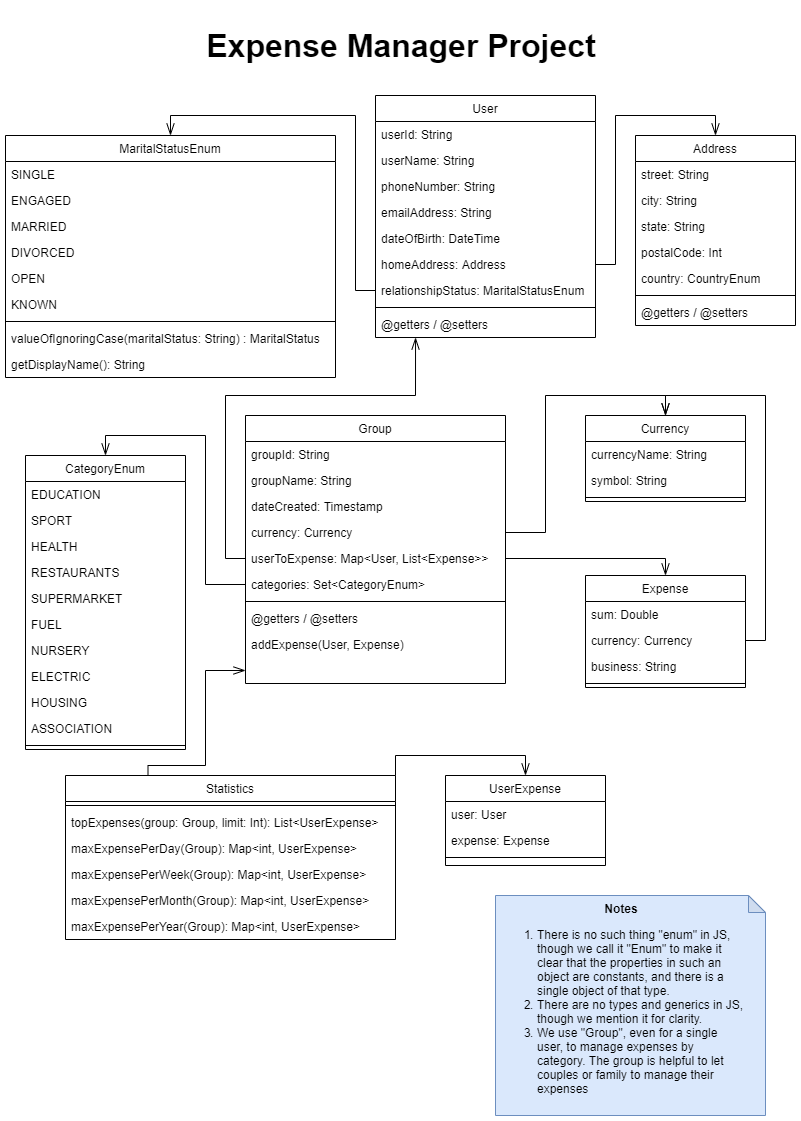
Earlier version of the draw.io export Project/ClassDiagram/ExpenseClassDiagram.png (haimadrian/AsyncServerDevelopment). Source tidied: cells renumbered, new cells last; positions are measured from the earlier drawing's top-left corner, leaving out a move shared by most shapes.
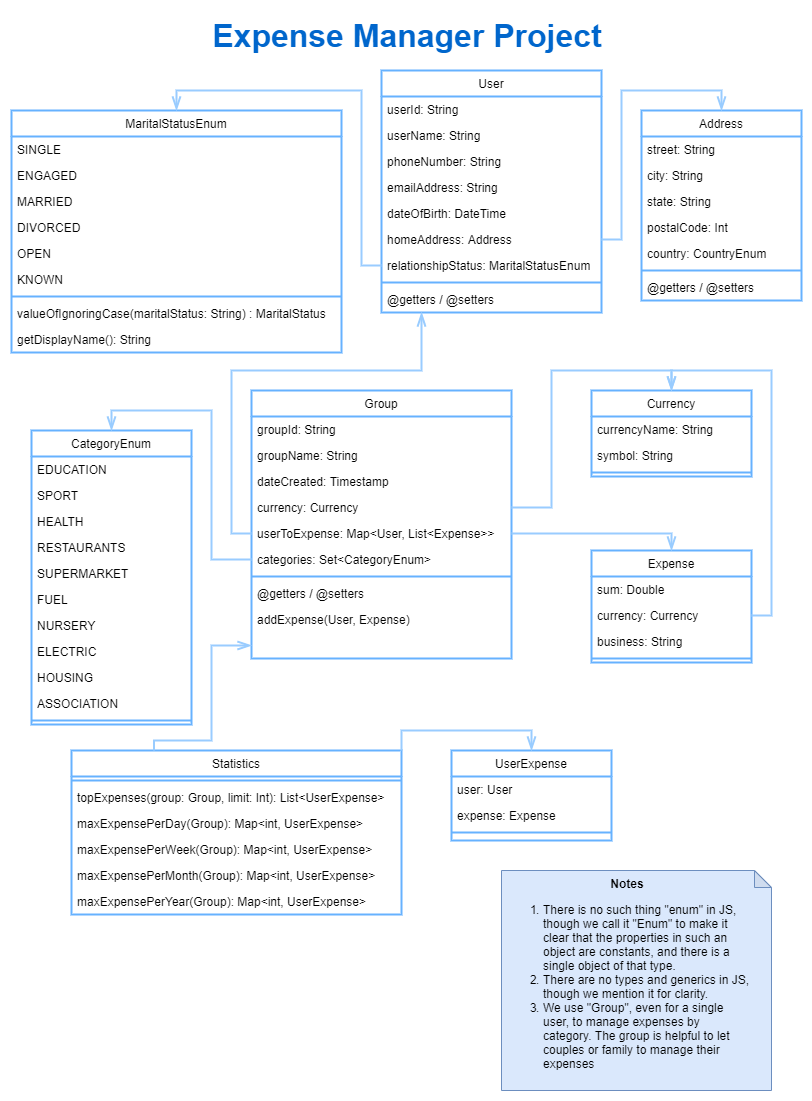
Above is the later version.

Commit message:
Update class diagram for project

Change to the diagram source:
```diff
@@ -2,7 +2,7 @@
   <root>
     <mxCell id="0" />
     <mxCell id="1" parent="0" />
-    <mxCell id="2" value="User" style="swimlane;fontStyle=0;align=center;verticalAlign=top;horizontal=1;startSize=26;rounded=0;shadow=0;strokeWidth=1;" parent="1" vertex="1">
+    <mxCell id="2" value="User" style="swimlane;fontStyle=0;align=center;verticalAlign=top;horizontal=1;startSize=26;rounded=0;shadow=0;strokeWidth=2;strokeColor=#66B2FF;" parent="1" vertex="1">
       <mxGeometry x="370" y="90" width="220" height="242" as="geometry" />
     </mxCell>
     <mxCell id="3" value="userId: String" style="text;align=left;verticalAlign=top;spacingLeft=4;spacingRight=4;overflow=hidden;" parent="2" vertex="1">
@@ -26,13 +26,13 @@
     <mxCell id="9" value="relationshipStatus: MaritalStatusEnum" style="text;align=left;verticalAlign=top;spacingLeft=4;spacingRight=4;overflow=hidden;points=[[0,0.5],[1,0.5]];portConstraint=eastwest;rounded=0;shadow=0;html=0;" parent="2" vertex="1">
       <mxGeometry y="182" width="220" height="26" as="geometry" />
     </mxCell>
-    <mxCell id="10" style="line;html=1;strokeWidth=1;align=left;verticalAlign=middle;spacingTop=-1;spacingLeft=3;spacingRight=3;labelPosition=right;" parent="2" vertex="1">
+    <mxCell id="10" style="line;html=1;strokeWidth=2;align=left;verticalAlign=middle;spacingTop=-1;spacingLeft=3;spacingRight=3;labelPosition=right;strokeColor=#66B2FF;" parent="2" vertex="1">
       <mxGeometry y="208" width="220" height="8" as="geometry" />
     </mxCell>
     <mxCell id="11" value="@getters / @setters" style="text;align=left;verticalAlign=top;spacingLeft=4;spacingRight=4;overflow=hidden;points=[[0,0.5],[1,0.5]];portConstraint=eastwest;" parent="2" vertex="1">
       <mxGeometry y="216" width="220" height="26" as="geometry" />
     </mxCell>
-    <mxCell id="12" value="MaritalStatusEnum" style="swimlane;fontStyle=0;align=center;verticalAlign=top;horizontal=1;startSize=26;rounded=0;shadow=0;strokeWidth=1;" parent="1" vertex="1">
+    <mxCell id="12" value="MaritalStatusEnum" style="swimlane;fontStyle=0;align=center;verticalAlign=top;horizontal=1;startSize=26;rounded=0;shadow=0;strokeWidth=2;strokeColor=#66B2FF;" parent="1" vertex="1">
       <mxGeometry y="130" width="330" height="242" as="geometry" />
     </mxCell>
     <mxCell id="13" value="SINGLE" style="text;align=left;verticalAlign=top;spacingLeft=4;spacingRight=4;overflow=hidden;" parent="12" vertex="1">
@@ -53,7 +53,7 @@
     <mxCell id="18" value="KNOWN" style="text;align=left;verticalAlign=top;spacingLeft=4;spacingRight=4;overflow=hidden;rounded=0;shadow=0;html=0;" parent="12" vertex="1">
       <mxGeometry y="156" width="330" height="26" as="geometry" />
     </mxCell>
-    <mxCell id="19" style="line;html=1;strokeWidth=1;align=left;verticalAlign=middle;spacingTop=-1;spacingLeft=3;spacingRight=3;labelPosition=right;" parent="12" vertex="1">
+    <mxCell id="19" style="line;html=1;strokeWidth=2;align=left;verticalAlign=middle;spacingTop=-1;spacingLeft=3;spacingRight=3;labelPosition=right;strokeColor=#66B2FF;" parent="12" vertex="1">
       <mxGeometry y="182" width="330" height="8" as="geometry" />
     </mxCell>
     <mxCell id="20" value="valueOfIgnoringCase(maritalStatus: String) : MaritalStatus" style="text;align=left;verticalAlign=top;spacingLeft=4;spacingRight=4;overflow=hidden;rounded=0;shadow=0;html=0;" parent="12" vertex="1">
@@ -62,7 +62,7 @@
     <mxCell id="21" value="getDisplayName(): String" style="text;align=left;verticalAlign=top;spacingLeft=4;spacingRight=4;overflow=hidden;rounded=0;shadow=0;html=0;" parent="12" vertex="1">
       <mxGeometry y="216" width="330" height="26" as="geometry" />
     </mxCell>
-    <mxCell id="22" value="Currency" style="swimlane;fontStyle=0;align=center;verticalAlign=top;horizontal=1;startSize=26;rounded=0;shadow=0;strokeWidth=1;" parent="1" vertex="1">
+    <mxCell id="22" value="Currency" style="swimlane;fontStyle=0;align=center;verticalAlign=top;horizontal=1;startSize=26;rounded=0;shadow=0;strokeWidth=2;strokeColor=#66B2FF;" parent="1" vertex="1">
       <mxGeometry x="580" y="410" width="160" height="86" as="geometry" />
     </mxCell>
     <mxCell id="23" value="currencyName: String" style="text;align=left;verticalAlign=top;spacingLeft=4;spacingRight=4;overflow=hidden;" parent="22" vertex="1">
@@ -71,10 +71,10 @@
     <mxCell id="24" value="symbol: String" style="text;align=left;verticalAlign=top;spacingLeft=4;spacingRight=4;overflow=hidden;" parent="22" vertex="1">
       <mxGeometry y="52" width="160" height="26" as="geometry" />
     </mxCell>
-    <mxCell id="25" style="line;html=1;strokeWidth=1;align=left;verticalAlign=middle;spacingTop=-1;spacingLeft=3;spacingRight=3;labelPosition=right;" parent="22" vertex="1">
+    <mxCell id="25" style="line;html=1;strokeWidth=2;align=left;verticalAlign=middle;spacingTop=-1;spacingLeft=3;spacingRight=3;labelPosition=right;strokeColor=#66B2FF;" parent="22" vertex="1">
       <mxGeometry y="78" width="160" height="8" as="geometry" />
     </mxCell>
-    <mxCell id="26" value="Address" style="swimlane;fontStyle=0;align=center;verticalAlign=top;horizontal=1;startSize=26;rounded=0;shadow=0;strokeWidth=1;" parent="1" vertex="1">
+    <mxCell id="26" value="Address" style="swimlane;fontStyle=0;align=center;verticalAlign=top;horizontal=1;startSize=26;rounded=0;shadow=0;strokeWidth=2;strokeColor=#66B2FF;" parent="1" vertex="1">
       <mxGeometry x="630" y="130" width="160" height="190" as="geometry" />
     </mxCell>
     <mxCell id="27" value="street: String" style="text;align=left;verticalAlign=top;spacingLeft=4;spacingRight=4;overflow=hidden;" parent="26" vertex="1">
@@ -92,19 +92,19 @@
     <mxCell id="31" value="country: CountryEnum" style="text;align=left;verticalAlign=top;spacingLeft=4;spacingRight=4;overflow=hidden;rounded=0;shadow=0;html=0;" parent="26" vertex="1">
       <mxGeometry y="130" width="160" height="26" as="geometry" />
     </mxCell>
-    <mxCell id="32" style="line;html=1;strokeWidth=1;align=left;verticalAlign=middle;spacingTop=-1;spacingLeft=3;spacingRight=3;labelPosition=right;" parent="26" vertex="1">
+    <mxCell id="32" style="line;html=1;strokeWidth=2;align=left;verticalAlign=middle;spacingTop=-1;spacingLeft=3;spacingRight=3;labelPosition=right;strokeColor=#66B2FF;" parent="26" vertex="1">
       <mxGeometry y="156" width="160" height="8" as="geometry" />
     </mxCell>
     <mxCell id="33" value="@getters / @setters" style="text;align=left;verticalAlign=top;spacingLeft=4;spacingRight=4;overflow=hidden;" parent="26" vertex="1">
       <mxGeometry y="164" width="160" height="26" as="geometry" />
     </mxCell>
-    <mxCell id="34" style="edgeStyle=orthogonalEdgeStyle;rounded=0;jettySize=auto;html=1;entryX=0.5;entryY=0;entryDx=0;entryDy=0;endArrow=openThin;endFill=0;endSize=10;" parent="1" edge="1" source="8" target="26">
+    <mxCell id="34" style="edgeStyle=orthogonalEdgeStyle;rounded=0;jettySize=auto;html=1;entryX=0.5;entryY=0;entryDx=0;entryDy=0;endArrow=openThin;endFill=0;endSize=10;strokeColor=#99CCFF;strokeWidth=2;" parent="1" edge="1" source="8" target="26">
       <mxGeometry relative="1" as="geometry" />
     </mxCell>
-    <mxCell id="35" style="edgeStyle=orthogonalEdgeStyle;rounded=0;jettySize=auto;html=1;entryX=0.5;entryY=0;entryDx=0;entryDy=0;exitX=0;exitY=0.5;exitDx=0;exitDy=0;endArrow=openThin;endFill=0;endSize=10;" parent="1" edge="1" source="9" target="12">
+    <mxCell id="35" style="edgeStyle=orthogonalEdgeStyle;rounded=0;jettySize=auto;html=1;entryX=0.5;entryY=0;entryDx=0;entryDy=0;exitX=0;exitY=0.5;exitDx=0;exitDy=0;endArrow=openThin;endFill=0;endSize=10;strokeColor=#99CCFF;strokeWidth=2;" parent="1" edge="1" source="9" target="12">
       <mxGeometry relative="1" as="geometry" />
     </mxCell>
-    <mxCell id="36" value="Group" style="swimlane;fontStyle=0;align=center;verticalAlign=top;horizontal=1;startSize=26;rounded=0;shadow=0;strokeWidth=1;" parent="1" vertex="1">
+    <mxCell id="36" value="Group" style="swimlane;fontStyle=0;align=center;verticalAlign=top;horizontal=1;startSize=26;rounded=0;shadow=0;strokeWidth=2;strokeColor=#66B2FF;" parent="1" vertex="1">
       <mxGeometry x="240" y="410" width="260" height="268" as="geometry" />
     </mxCell>
     <mxCell id="37" value="groupId: String" style="text;align=left;verticalAlign=top;spacingLeft=4;spacingRight=4;overflow=hidden;" parent="36" vertex="1">
@@ -125,7 +125,7 @@
     <mxCell id="42" value="categories: Set&lt;CategoryEnum&gt;" style="text;align=left;verticalAlign=top;spacingLeft=4;spacingRight=4;overflow=hidden;points=[[0,0.5],[1,0.5]];portConstraint=eastwest;rounded=0;shadow=0;html=0;" parent="36" vertex="1">
       <mxGeometry y="156" width="260" height="26" as="geometry" />
     </mxCell>
-    <mxCell id="43" style="line;html=1;strokeWidth=1;align=left;verticalAlign=middle;spacingTop=-1;spacingLeft=3;spacingRight=3;labelPosition=right;" parent="36" vertex="1">
+    <mxCell id="43" style="line;html=1;strokeWidth=2;align=left;verticalAlign=middle;spacingTop=-1;spacingLeft=3;spacingRight=3;labelPosition=right;strokeColor=#66B2FF;" parent="36" vertex="1">
       <mxGeometry y="182" width="260" height="8" as="geometry" />
     </mxCell>
     <mxCell id="44" value="@getters / @setters" style="text;align=left;verticalAlign=top;spacingLeft=4;spacingRight=4;overflow=hidden;" parent="36" vertex="1">
@@ -137,7 +137,7 @@
     <mxCell id="46" value="  " style="text;align=left;verticalAlign=top;spacingLeft=4;spacingRight=4;overflow=hidden;points=[[0,0.5],[1,0.5]];portConstraint=eastwest;" parent="36" vertex="1">
       <mxGeometry y="242" width="260" height="26" as="geometry" />
     </mxCell>
-    <mxCell id="47" value="CategoryEnum" style="swimlane;fontStyle=0;align=center;verticalAlign=top;horizontal=1;startSize=26;rounded=0;shadow=0;strokeWidth=1;" parent="1" vertex="1">
+    <mxCell id="47" value="CategoryEnum" style="swimlane;fontStyle=0;align=center;verticalAlign=top;horizontal=1;startSize=26;rounded=0;shadow=0;strokeWidth=2;strokeColor=#66B2FF;" parent="1" vertex="1">
       <mxGeometry x="20" y="450" width="160" height="294" as="geometry" />
     </mxCell>
     <mxCell id="48" value="EDUCATION" style="text;align=left;verticalAlign=top;spacingLeft=4;spacingRight=4;overflow=hidden;" parent="47" vertex="1">
@@ -170,13 +170,13 @@
     <mxCell id="57" value="ASSOCIATION" style="text;align=left;verticalAlign=top;spacingLeft=4;spacingRight=4;overflow=hidden;" parent="47" vertex="1">
       <mxGeometry y="260" width="160" height="26" as="geometry" />
     </mxCell>
-    <mxCell id="58" style="line;html=1;strokeWidth=1;align=left;verticalAlign=middle;spacingTop=-1;spacingLeft=3;spacingRight=3;labelPosition=right;" parent="47" vertex="1">
+    <mxCell id="58" style="line;html=1;strokeWidth=2;align=left;verticalAlign=middle;spacingTop=-1;spacingLeft=3;spacingRight=3;labelPosition=right;strokeColor=#66B2FF;" parent="47" vertex="1">
       <mxGeometry y="286" width="160" height="8" as="geometry" />
     </mxCell>
     <mxCell id="59" value="&lt;div style=&quot;text-align: center&quot;&gt;&lt;b&gt;Notes&lt;/b&gt;&lt;/div&gt;&lt;ol&gt;&lt;li&gt;There is no such thing &quot;enum&quot; in JS, though we call it &quot;Enum&quot; to make it clear that the properties in such an object are constants, and there is a single object of that type.&lt;/li&gt;&lt;li&gt;There are no types and generics in JS, though we mention it for clarity.&lt;/li&gt;&lt;li&gt;We use &quot;Group&quot;, even for a single user, to manage expenses by category. The group is helpful to let couples or family to manage their expenses&lt;/li&gt;&lt;/ol&gt;" style="shape=note;whiteSpace=wrap;html=1;backgroundOutline=1;darkOpacity=0.05;size=17;align=left;labelPosition=center;verticalLabelPosition=middle;verticalAlign=top;labelBorderColor=none;labelBackgroundColor=none;spacingRight=20;fillColor=#dae8fc;strokeColor=#6c8ebf;spacingBottom=20;" parent="1" vertex="1">
       <mxGeometry x="490" y="890" width="270" height="220" as="geometry" />
     </mxCell>
-    <mxCell id="60" style="edgeStyle=orthogonalEdgeStyle;rounded=0;jettySize=auto;html=1;entryX=0.182;entryY=1;entryDx=0;entryDy=0;exitX=0;exitY=0.5;exitDx=0;exitDy=0;endArrow=openThin;endFill=0;endSize=10;entryPerimeter=0;" parent="1" edge="1" source="41" target="11">
+    <mxCell id="60" style="edgeStyle=orthogonalEdgeStyle;rounded=0;jettySize=auto;html=1;entryX=0.182;entryY=1;entryDx=0;entryDy=0;exitX=0;exitY=0.5;exitDx=0;exitDy=0;endArrow=openThin;endFill=0;endSize=10;entryPerimeter=0;strokeColor=#99CCFF;strokeWidth=2;" parent="1" edge="1" source="41" target="11">
       <mxGeometry relative="1" as="geometry">
         <Array as="points">
           <mxPoint x="220" y="553" />
@@ -185,7 +185,7 @@
         </Array>
       </mxGeometry>
     </mxCell>
-    <mxCell id="61" style="edgeStyle=orthogonalEdgeStyle;rounded=0;jettySize=auto;html=1;exitX=0;exitY=0.5;exitDx=0;exitDy=0;endArrow=openThin;endFill=0;endSize=10;entryX=0.5;entryY=0;entryDx=0;entryDy=0;" parent="1" edge="1" source="42" target="47">
+    <mxCell id="61" style="edgeStyle=orthogonalEdgeStyle;rounded=0;jettySize=auto;html=1;exitX=0;exitY=0.5;exitDx=0;exitDy=0;endArrow=openThin;endFill=0;endSize=10;entryX=0.5;entryY=0;entryDx=0;entryDy=0;strokeColor=#99CCFF;strokeWidth=2;" parent="1" edge="1" source="42" target="47">
       <mxGeometry relative="1" as="geometry">
         <Array as="points">
           <mxPoint x="200" y="579" />
@@ -194,7 +194,7 @@
         </Array>
       </mxGeometry>
     </mxCell>
-    <mxCell id="62" value="Expense" style="swimlane;fontStyle=0;align=center;verticalAlign=top;horizontal=1;startSize=26;rounded=0;shadow=0;strokeWidth=1;" parent="1" vertex="1">
+    <mxCell id="62" value="Expense" style="swimlane;fontStyle=0;align=center;verticalAlign=top;horizontal=1;startSize=26;rounded=0;shadow=0;strokeWidth=2;strokeColor=#66B2FF;" parent="1" vertex="1">
       <mxGeometry x="580" y="570" width="160" height="112" as="geometry" />
     </mxCell>
     <mxCell id="63" value="sum: Double" style="text;align=left;verticalAlign=top;spacingLeft=4;spacingRight=4;overflow=hidden;" parent="62" vertex="1">
@@ -206,20 +206,20 @@
     <mxCell id="65" value="business: String" style="text;align=left;verticalAlign=top;spacingLeft=4;spacingRight=4;overflow=hidden;" parent="62" vertex="1">
       <mxGeometry y="78" width="160" height="26" as="geometry" />
     </mxCell>
-    <mxCell id="66" style="line;html=1;strokeWidth=1;align=left;verticalAlign=middle;spacingTop=-1;spacingLeft=3;spacingRight=3;labelPosition=right;" parent="62" vertex="1">
+    <mxCell id="66" style="line;html=1;strokeWidth=2;align=left;verticalAlign=middle;spacingTop=-1;spacingLeft=3;spacingRight=3;labelPosition=right;strokeColor=#66B2FF;" parent="62" vertex="1">
       <mxGeometry y="104" width="160" height="8" as="geometry" />
     </mxCell>
-    <mxCell id="67" style="edgeStyle=orthogonalEdgeStyle;rounded=0;jettySize=auto;html=1;entryX=0.5;entryY=0;entryDx=0;entryDy=0;exitX=1;exitY=0.5;exitDx=0;exitDy=0;endArrow=openThin;endFill=0;endSize=10;" parent="1" edge="1" source="41" target="62">
+    <mxCell id="67" style="edgeStyle=orthogonalEdgeStyle;rounded=0;jettySize=auto;html=1;entryX=0.5;entryY=0;entryDx=0;entryDy=0;exitX=1;exitY=0.5;exitDx=0;exitDy=0;endArrow=openThin;endFill=0;endSize=10;strokeColor=#99CCFF;strokeWidth=2;" parent="1" edge="1" source="41" target="62">
       <mxGeometry relative="1" as="geometry">
         <Array as="points">
           <mxPoint x="660" y="553" />
         </Array>
       </mxGeometry>
     </mxCell>
-    <mxCell id="68" style="edgeStyle=orthogonalEdgeStyle;rounded=0;jettySize=auto;html=1;entryX=0.5;entryY=0;entryDx=0;entryDy=0;exitX=1;exitY=0.5;exitDx=0;exitDy=0;endArrow=openThin;endFill=0;endSize=10;" parent="1" edge="1" source="64" target="22">
+    <mxCell id="68" style="edgeStyle=orthogonalEdgeStyle;rounded=0;jettySize=auto;html=1;entryX=0.5;entryY=0;entryDx=0;entryDy=0;exitX=1;exitY=0.5;exitDx=0;exitDy=0;endArrow=openThin;endFill=0;endSize=10;strokeColor=#99CCFF;strokeWidth=2;" parent="1" edge="1" source="64" target="22">
       <mxGeometry relative="1" as="geometry" />
     </mxCell>
-    <mxCell id="69" style="edgeStyle=orthogonalEdgeStyle;rounded=0;jettySize=auto;html=1;entryX=0.5;entryY=0;entryDx=0;entryDy=0;exitX=1;exitY=0.5;exitDx=0;exitDy=0;endArrow=openThin;endFill=0;endSize=10;" parent="1" edge="1" source="40" target="22">
+    <mxCell id="69" style="edgeStyle=orthogonalEdgeStyle;rounded=0;jettySize=auto;html=1;entryX=0.5;entryY=0;entryDx=0;entryDy=0;exitX=1;exitY=0.5;exitDx=0;exitDy=0;endArrow=openThin;endFill=0;endSize=10;strokeColor=#99CCFF;strokeWidth=2;" parent="1" edge="1" source="40" target="22">
       <mxGeometry relative="1" as="geometry">
         <Array as="points">
           <mxPoint x="540" y="527" />
@@ -228,10 +228,10 @@
         </Array>
       </mxGeometry>
     </mxCell>
-    <mxCell id="70" value="Statistics" style="swimlane;fontStyle=0;align=center;verticalAlign=top;horizontal=1;startSize=26;rounded=0;shadow=0;strokeWidth=1;" parent="1" vertex="1">
+    <mxCell id="70" value="Statistics" style="swimlane;fontStyle=0;align=center;verticalAlign=top;horizontal=1;startSize=26;rounded=0;shadow=0;strokeWidth=2;strokeColor=#66B2FF;" parent="1" vertex="1">
       <mxGeometry x="60" y="770" width="330" height="164" as="geometry" />
     </mxCell>
-    <mxCell id="71" style="line;html=1;strokeWidth=1;align=left;verticalAlign=middle;spacingTop=-1;spacingLeft=3;spacingRight=3;labelPosition=right;" parent="70" vertex="1">
+    <mxCell id="71" style="line;html=1;strokeWidth=2;align=left;verticalAlign=middle;spacingTop=-1;spacingLeft=3;spacingRight=3;labelPosition=right;strokeColor=#66B2FF;" parent="70" vertex="1">
       <mxGeometry y="26" width="330" height="8" as="geometry" />
     </mxCell>
     <mxCell id="72" value="topExpenses(group: Group, limit: Int): List&lt;UserExpense&gt;" style="text;align=left;verticalAlign=top;spacingLeft=4;spacingRight=4;overflow=hidden;" parent="70" vertex="1">
@@ -249,7 +249,7 @@
     <mxCell id="76" value="maxExpensePerYear(Group): Map&lt;int, UserExpense&gt;" style="text;align=left;verticalAlign=top;spacingLeft=4;spacingRight=4;overflow=hidden;" parent="70" vertex="1">
       <mxGeometry y="138" width="330" height="26" as="geometry" />
     </mxCell>
-    <mxCell id="77" value="UserExpense" style="swimlane;fontStyle=0;align=center;verticalAlign=top;horizontal=1;startSize=26;rounded=0;shadow=0;strokeWidth=1;" parent="1" vertex="1">
+    <mxCell id="77" value="UserExpense" style="swimlane;fontStyle=0;align=center;verticalAlign=top;horizontal=1;startSize=26;rounded=0;shadow=0;strokeWidth=2;strokeColor=#66B2FF;" parent="1" vertex="1">
       <mxGeometry x="440" y="770" width="160" height="90" as="geometry" />
     </mxCell>
     <mxCell id="78" value="user: User" style="text;align=left;verticalAlign=top;spacingLeft=4;spacingRight=4;overflow=hidden;" parent="77" vertex="1">
@@ -258,10 +258,10 @@
     <mxCell id="79" value="expense: Expense" style="text;align=left;verticalAlign=top;spacingLeft=4;spacingRight=4;overflow=hidden;" parent="77" vertex="1">
       <mxGeometry y="52" width="160" height="26" as="geometry" />
     </mxCell>
-    <mxCell id="80" style="line;html=1;strokeWidth=1;align=left;verticalAlign=middle;spacingTop=-1;spacingLeft=3;spacingRight=3;labelPosition=right;" parent="77" vertex="1">
+    <mxCell id="80" style="line;html=1;strokeWidth=2;align=left;verticalAlign=middle;spacingTop=-1;spacingLeft=3;spacingRight=3;labelPosition=right;strokeColor=#66B2FF;" parent="77" vertex="1">
       <mxGeometry y="78" width="160" height="8" as="geometry" />
     </mxCell>
-    <mxCell id="81" style="edgeStyle=orthogonalEdgeStyle;rounded=0;jettySize=auto;html=1;entryX=0.5;entryY=0;entryDx=0;entryDy=0;exitX=1;exitY=0;exitDx=0;exitDy=0;endArrow=openThin;endFill=0;endSize=10;" parent="1" edge="1" source="70" target="77">
+    <mxCell id="81" style="edgeStyle=orthogonalEdgeStyle;rounded=0;jettySize=auto;html=1;entryX=0.5;entryY=0;entryDx=0;entryDy=0;exitX=1;exitY=0;exitDx=0;exitDy=0;endArrow=openThin;endFill=0;endSize=10;strokeColor=#99CCFF;strokeWidth=2;" parent="1" edge="1" source="70" target="77">
       <mxGeometry relative="1" as="geometry">
         <Array as="points">
           <mxPoint x="390" y="750" />
@@ -269,7 +269,7 @@
         </Array>
       </mxGeometry>
     </mxCell>
-    <mxCell id="82" style="edgeStyle=orthogonalEdgeStyle;rounded=0;jettySize=auto;html=1;exitX=0.25;exitY=0;exitDx=0;exitDy=0;endArrow=openThin;endFill=0;endSize=10;entryX=0;entryY=0.5;entryDx=0;entryDy=0;" parent="1" edge="1" source="70" target="46">
+    <mxCell id="82" style="edgeStyle=orthogonalEdgeStyle;rounded=0;jettySize=auto;html=1;exitX=0.25;exitY=0;exitDx=0;exitDy=0;endArrow=openThin;endFill=0;endSize=10;entryX=0;entryY=0.5;entryDx=0;entryDy=0;strokeColor=#99CCFF;strokeWidth=2;" parent="1" edge="1" source="70" target="46">
       <mxGeometry relative="1" as="geometry">
         <Array as="points">
           <mxPoint x="143" y="760" />
@@ -278,8 +278,8 @@
         </Array>
       </mxGeometry>
     </mxCell>
-    <mxCell id="83" value="Expense Manager Project" style="text;html=1;strokeColor=none;fillColor=none;align=center;verticalAlign=middle;whiteSpace=wrap;rounded=0;labelBackgroundColor=none;fontSize=32;fontStyle=1;labelBorderColor=none;" parent="1" vertex="1">
-      <mxGeometry x="11" width="770" height="80" as="geometry" />
+    <mxCell id="83" value="Expense Manager Project" style="text;html=1;strokeColor=none;fillColor=none;align=center;verticalAlign=middle;whiteSpace=wrap;rounded=0;labelBackgroundColor=none;fontSize=32;fontStyle=1;labelBorderColor=none;fontColor=#0066CC;" parent="1" vertex="1">
+      <mxGeometry x="11" y="30" width="770" height="50" as="geometry" />
     </mxCell>
   </root>
 </mxGraphModel>
```
